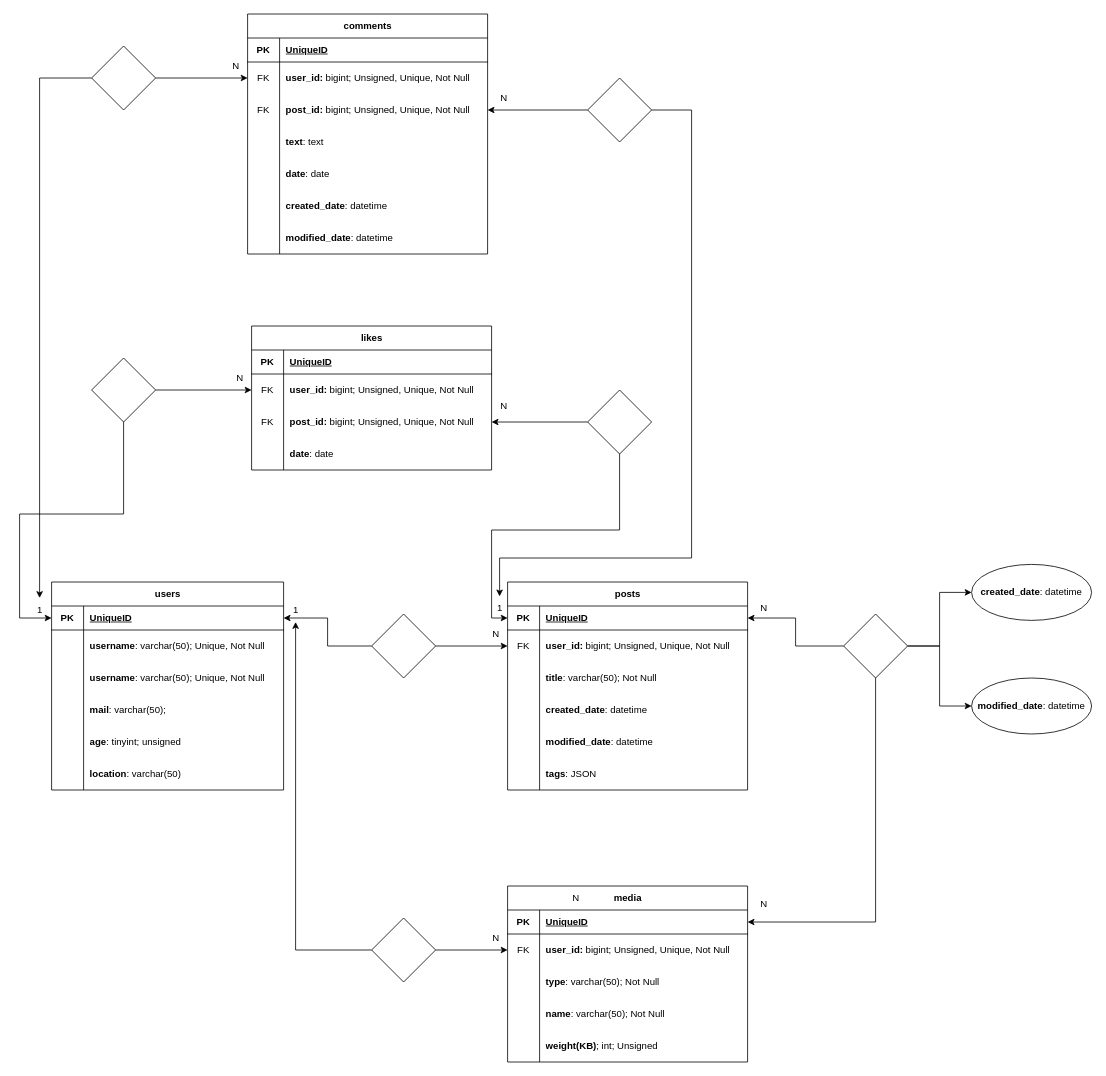
This is social-platform.drawio from giogiosgr/social-platform, a draw.io file, before an edit. Source tidied: cells renumbered, new cells numbered last; positions are measured from the earlier drawing's top-left corner, leaving out a move shared by most shapes. Both pictures are drawn from the tidied source at 80%, with x=0, y=0 at pixel (19, 14).
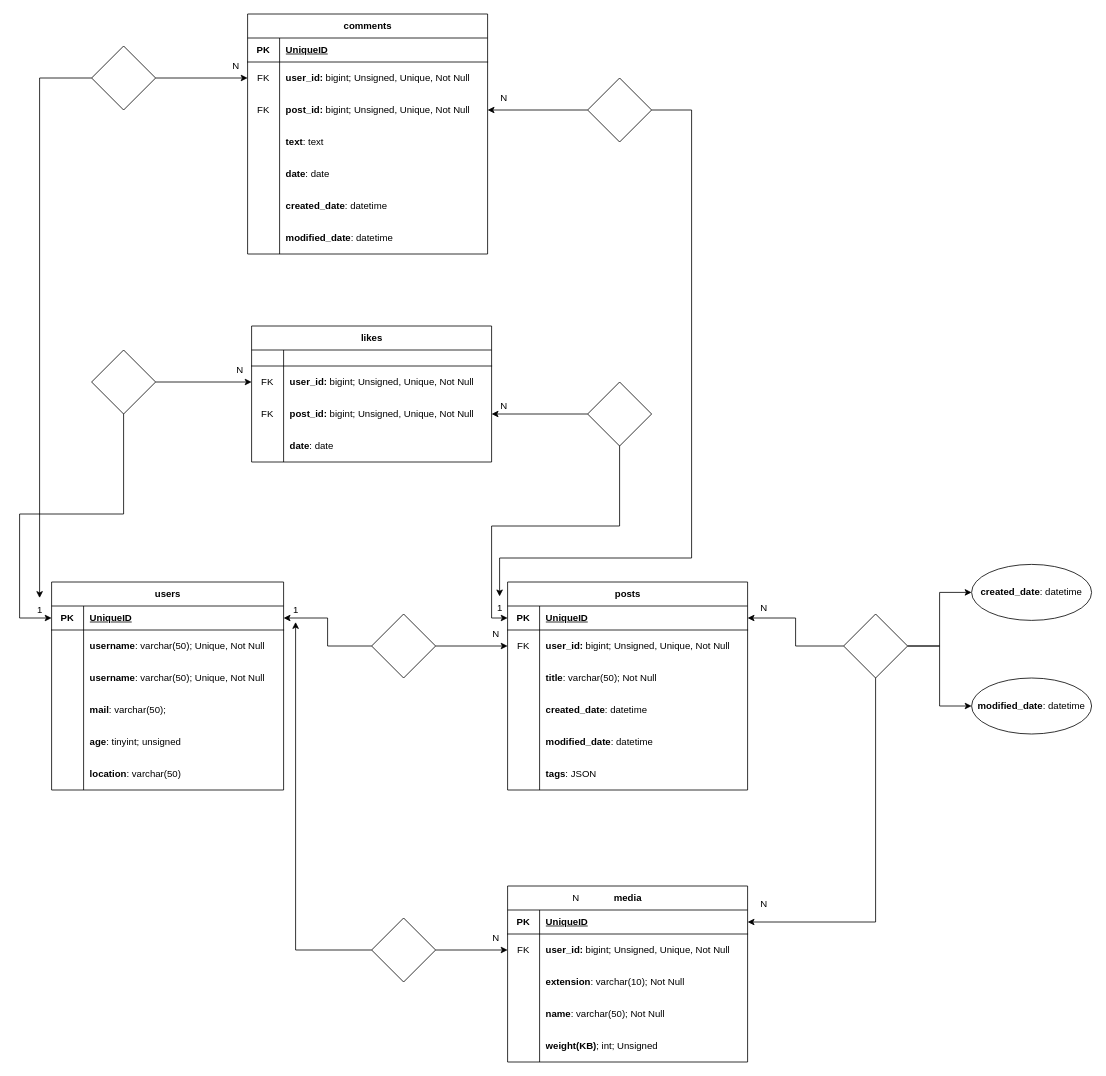
Above is the later version.

The change refers to these unchanged cells:
```xml
<mxCell id="52" style="shape=tableRow;horizontal=0;startSize=0;swimlaneHead=0;swimlaneBody=0;fillColor=none;top=0;left=0;right=0;bottom=0;" parent="45" vertex="1">
  <mxGeometry y="100" width="300" height="40" as="geometry" />
</mxCell>
```

What changed in the source:
```diff
@@
-    <mxCell id="54" value="&lt;b&gt;type&lt;/b&gt;: varchar(50); Not Null" style="shape=partialRectangle;fillColor=none;top=0;left=0;bottom=0;right=0;align=left;spacingLeft=6;overflow=hidden;whiteSpace=wrap;html=1;" parent="52" vertex="1">
+    <mxCell id="54" value="&lt;b&gt;extension&lt;/b&gt;: varchar(10); Not Null" style="shape=partialRectangle;fillColor=none;top=0;left=0;bottom=0;right=0;align=left;spacingLeft=6;overflow=hidden;whiteSpace=wrap;html=1;" parent="52" vertex="1">
       <mxGeometry x="40" width="260" height="40" as="geometry" />
     </mxCell>
@@
     <mxCell id="67" value="likes" style="shape=table;startSize=30;childLayout=tableLayout;rowLines=0;fontStyle=1;align=center;html=1;" parent="1" vertex="1">
-      <mxGeometry x="290" y="390" width="300" height="180" as="geometry" />
+      <mxGeometry x="290" y="390" width="300" height="170" as="geometry" />
     </mxCell>
     <mxCell id="68" style="shape=tableRow;horizontal=0;startSize=0;swimlaneHead=0;swimlaneBody=0;fillColor=none;top=0;left=0;right=0;bottom=1;" parent="67" vertex="1">
-      <mxGeometry y="30" width="300" height="30" as="geometry" />
+      <mxGeometry y="30" width="300" height="20" as="geometry" />
     </mxCell>
-    <mxCell id="69" value="PK" style="shape=partialRectangle;fillColor=none;top=0;left=0;bottom=0;right=0;fontStyle=1;overflow=hidden;whiteSpace=wrap;html=1;" parent="68" vertex="1">
-      <mxGeometry width="40" height="30" as="geometry" />
+    <mxCell id="69" style="shape=partialRectangle;fillColor=none;top=0;left=0;bottom=0;right=0;fontStyle=1;overflow=hidden;whiteSpace=wrap;html=1;" parent="68" vertex="1">
+      <mxGeometry width="40" height="20" as="geometry" />
     </mxCell>
-    <mxCell id="70" value="UniqueID" style="shape=partialRectangle;fillColor=none;top=0;left=0;bottom=0;right=0;align=left;spacingLeft=6;fontStyle=5;overflow=hidden;whiteSpace=wrap;html=1;" parent="68" vertex="1">
-      <mxGeometry x="40" width="260" height="30" as="geometry" />
+    <mxCell id="70" style="shape=partialRectangle;fillColor=none;top=0;left=0;bottom=0;right=0;align=left;spacingLeft=6;fontStyle=5;overflow=hidden;whiteSpace=wrap;html=1;" parent="68" vertex="1">
+      <mxGeometry x="40" width="260" height="20" as="geometry" />
     </mxCell>
     <mxCell id="71" style="shape=tableRow;horizontal=0;startSize=0;swimlaneHead=0;swimlaneBody=0;fillColor=none;points=[[0,0.5],[1,0.5]];portConstraint=eastwest;top=0;left=0;right=0;bottom=0;" parent="67" vertex="1">
-      <mxGeometry y="60" width="300" height="40" as="geometry" />
+      <mxGeometry y="50" width="300" height="40" as="geometry" />
     </mxCell>
@@
     <mxCell id="74" style="shape=tableRow;horizontal=0;startSize=0;swimlaneHead=0;swimlaneBody=0;fillColor=none;points=[[0,0.5],[1,0.5]];portConstraint=eastwest;top=0;left=0;right=0;bottom=0;" parent="67" vertex="1">
-      <mxGeometry y="100" width="300" height="40" as="geometry" />
+      <mxGeometry y="90" width="300" height="40" as="geometry" />
     </mxCell>
@@
     <mxCell id="77" style="shape=tableRow;horizontal=0;startSize=0;swimlaneHead=0;swimlaneBody=0;fillColor=none;top=0;left=0;right=0;bottom=0;" parent="67" vertex="1">
-      <mxGeometry y="140" width="300" height="40" as="geometry" />
+      <mxGeometry y="130" width="300" height="40" as="geometry" />
     </mxCell>
@@
     <mxCell id="82" style="rhombus;whiteSpace=wrap;html=1;" parent="1" vertex="1">
-      <mxGeometry x="90" y="430" width="80" height="80" as="geometry" />
+      <mxGeometry x="90" y="420" width="80" height="80" as="geometry" />
     </mxCell>
@@
     <mxCell id="86" style="rhombus;whiteSpace=wrap;html=1;" parent="1" vertex="1">
-      <mxGeometry x="710" y="470" width="80" height="80" as="geometry" />
+      <mxGeometry x="710" y="460" width="80" height="80" as="geometry" />
     </mxCell>
     <mxCell id="87" value="N" style="text;html=1;align=center;verticalAlign=middle;strokeColor=none;fillColor=none;" parent="1" vertex="1">
-      <mxGeometry x="260" y="440" width="30" height="30" as="geometry" />
+      <mxGeometry x="260" y="430" width="30" height="30" as="geometry" />
     </mxCell>
```
